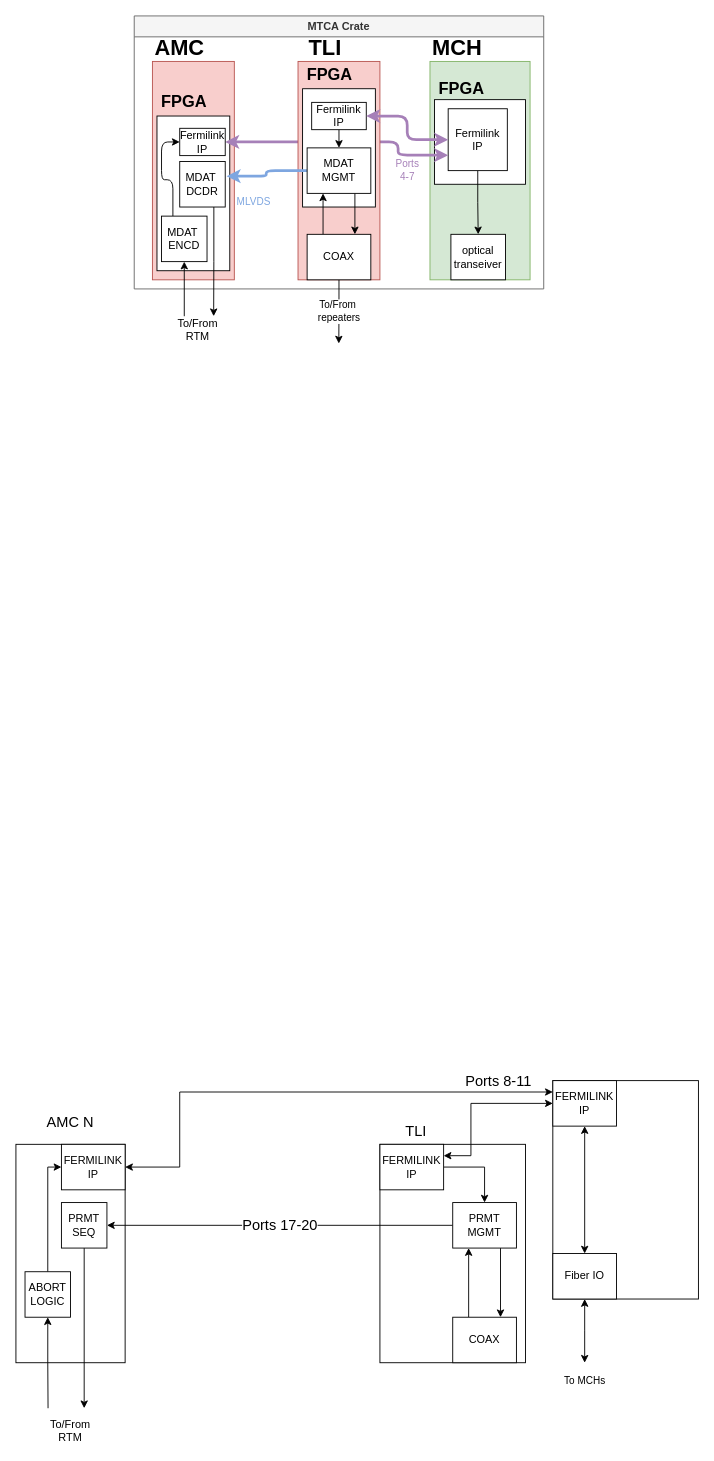
awhitbeck/drawio keeps this draw.io diagram as ACORN_MDAT_solution.drawio. Above is the earlier version. Source tidied: cells renumbered, new cells numbered last; positions are measured from the earlier drawing's top-left corner, leaving out a move shared by most shapes. Both pictures are drawn from the tidied source at 91%, with x=0, y=0 at pixel (15, 15).
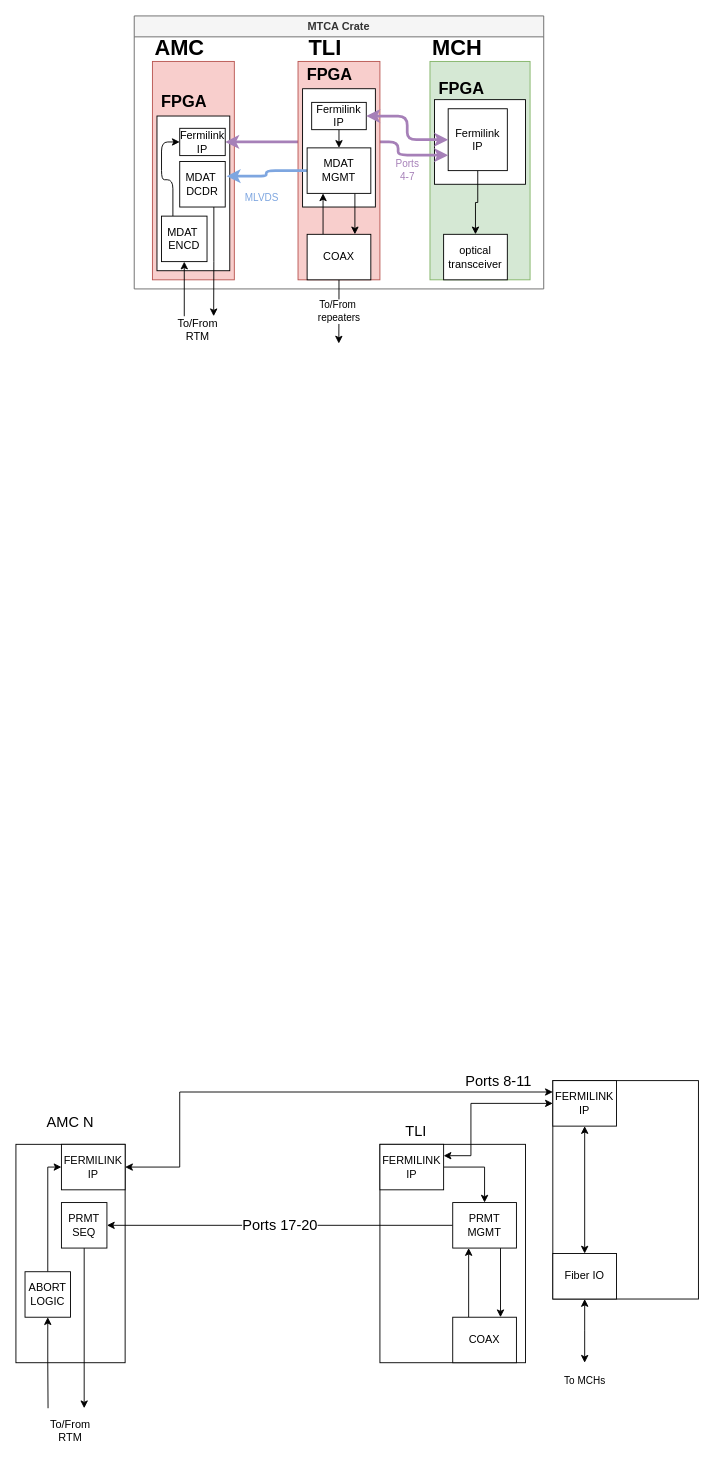
The same diagram, later.

The change refers to these unchanged cells:
```xml
<mxCell id="40" value="MTCA Crate" style="swimlane;whiteSpace=wrap;html=1;fillColor=#f5f5f5;fontColor=#333333;strokeColor=#666666;" parent="1" vertex="1">
  <mxGeometry x="130" width="450" height="300" as="geometry" />
</mxCell>
<mxCell id="52" value="MDAT&lt;br&gt;MGMT" style="rounded=0;whiteSpace=wrap;html=1;" parent="40" vertex="1">
  <mxGeometry x="190" y="145" width="70" height="50" as="geometry" />
</mxCell>
<mxCell id="54" value="MDAT&amp;nbsp;&lt;br&gt;DCDR" style="rounded=0;whiteSpace=wrap;html=1;" parent="40" vertex="1">
  <mxGeometry x="50" y="160" width="50" height="50" as="geometry" />
</mxCell>
```

Diff of the diagram source:
```diff
@@
-    <mxCell id="35" value="optical&lt;br&gt;transeiver" style="rounded=0;whiteSpace=wrap;html=1;" parent="1" vertex="1">
-      <mxGeometry x="478" y="240" width="60" height="50" as="geometry" />
+    <mxCell id="35" value="optical&lt;br&gt;transceiver" style="rounded=0;whiteSpace=wrap;html=1;" parent="1" vertex="1">
+      <mxGeometry x="470" y="240" width="70" height="50" as="geometry" />
     </mxCell>
@@
     <mxCell id="51" value="&lt;font color=&quot;#7ea6e0&quot;&gt;MLVDS&lt;/font&gt;" style="edgeStyle=orthogonalEdgeStyle;rounded=1;jettySize=auto;html=1;exitX=0;exitY=0.5;exitDx=0;exitDy=0;entryX=1.031;entryY=0.321;entryDx=0;entryDy=0;entryPerimeter=0;curved=0;strokeColor=#7EA6E0;strokeWidth=3;" parent="40" edge="1" source="52" target="54">
-      <mxGeometry x="0.08" y="14" relative="1" as="geometry">
-        <mxPoint x="-14" y="14" as="offset" />
-      </mxGeometry>
+      <mxGeometry x="0.19" y="24" relative="1" as="geometry" />
     </mxCell>
```
